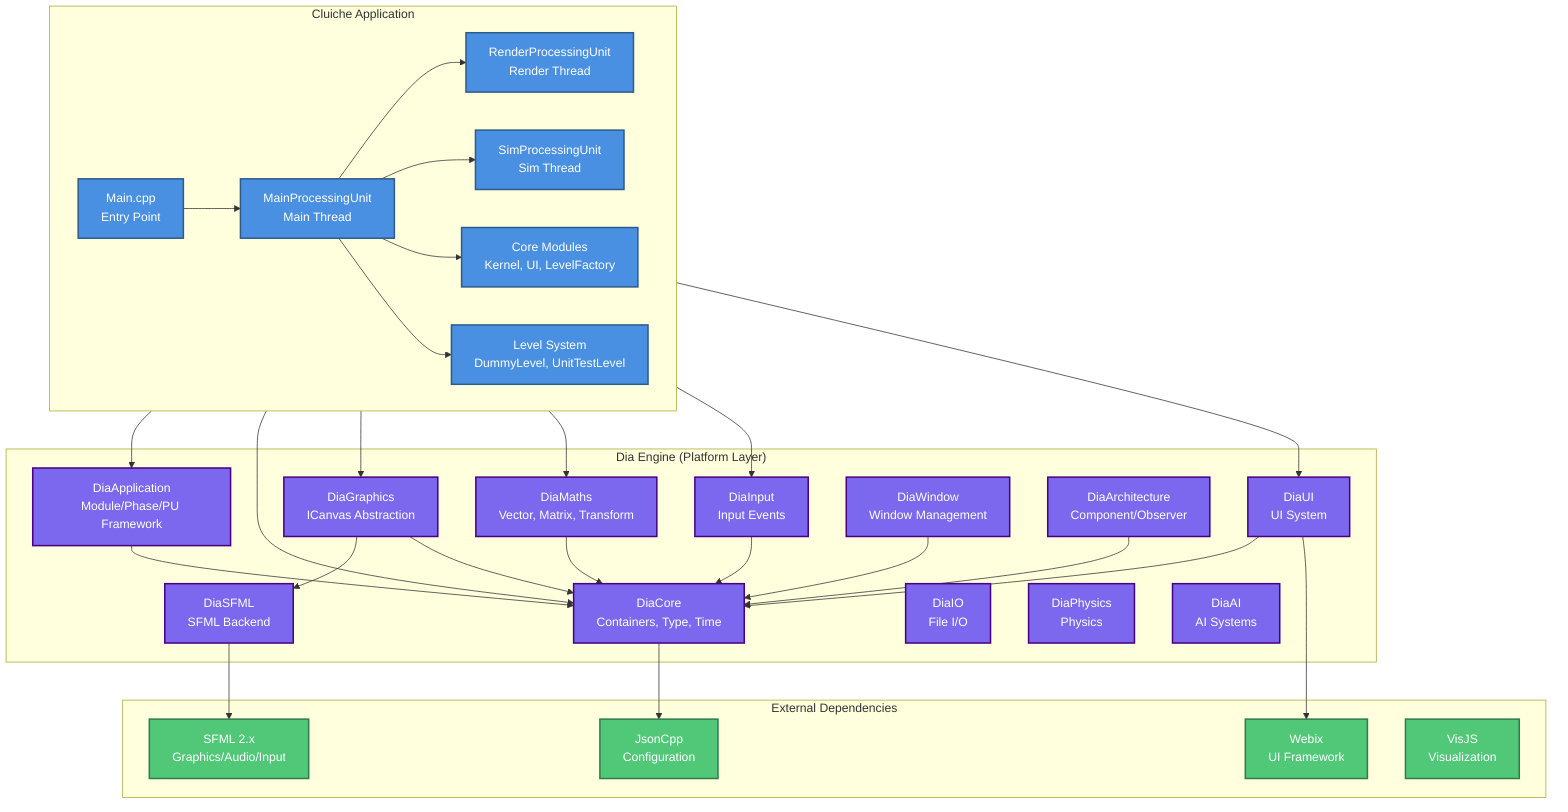
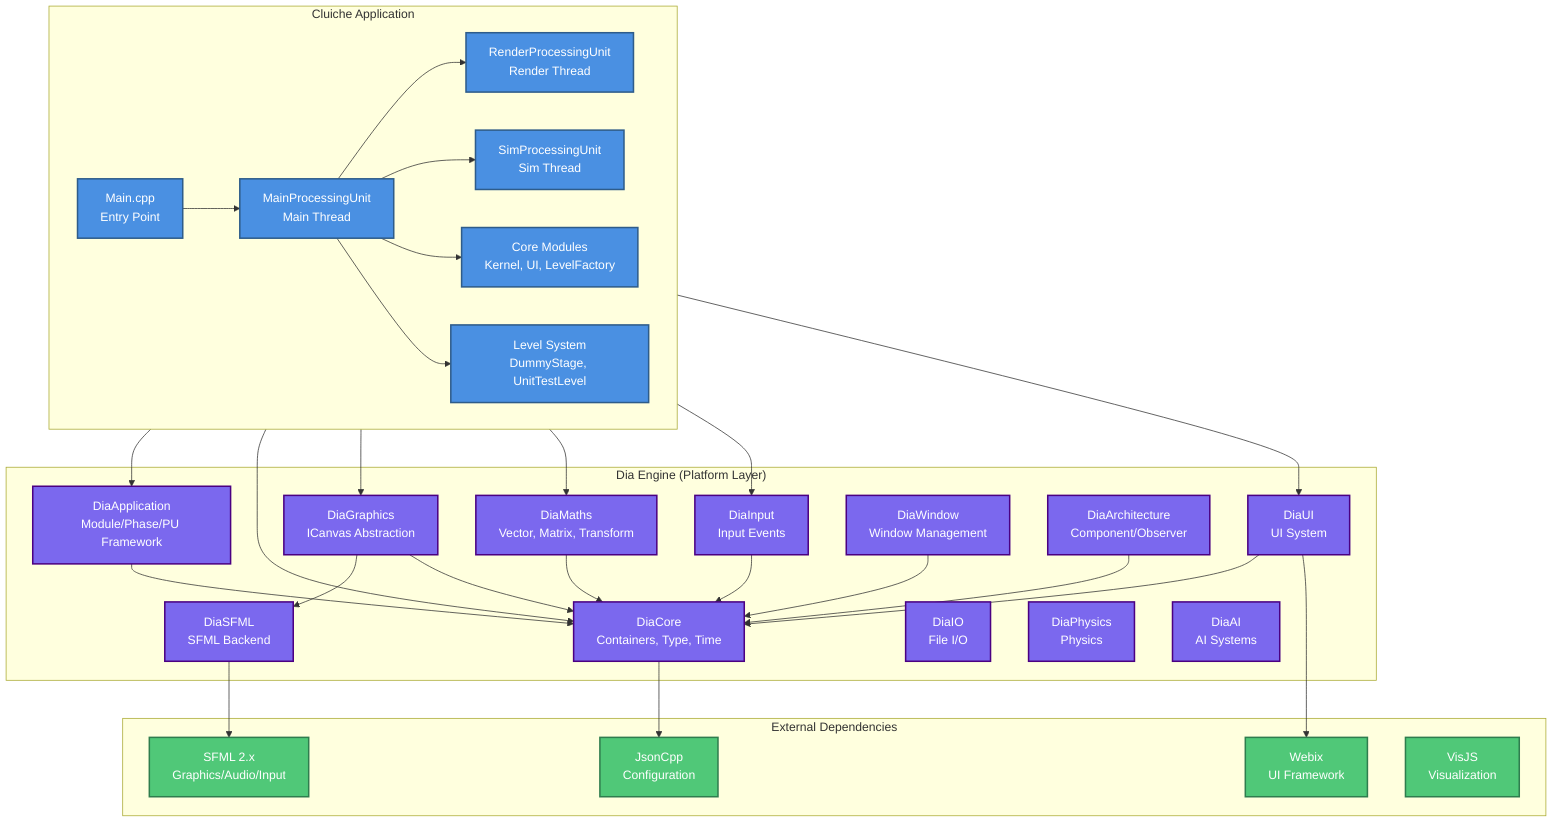
graph TB
    subgraph External["External Dependencies"]
        SFML["SFML 2.x<br/>Graphics/Audio/Input"]
        JsonCpp["JsonCpp<br/>Configuration"]
        Webix["Webix<br/>UI Framework"]
        VisJS["VisJS<br/>Visualization"]
    end

    subgraph Dia["Dia Engine (Platform Layer)"]
        DiaApp["DiaApplication<br/>Module/Phase/PU Framework"]
        DiaCore["DiaCore<br/>Containers, Type, Time"]
        DiaGraphics["DiaGraphics<br/>ICanvas Abstraction"]
        DiaMaths["DiaMaths<br/>Vector, Matrix, Transform"]
        DiaInput["DiaInput<br/>Input Events"]
        DiaUI["DiaUI<br/>UI System"]
        DiaWindow["DiaWindow<br/>Window Management"]
        DiaSFML["DiaSFML<br/>SFML Backend"]
        DiaIO["DiaIO<br/>File I/O"]
        DiaPhysics["DiaPhysics<br/>Physics"]
        DiaAI["DiaAI<br/>AI Systems"]
        DiaArch["DiaArchitecture<br/>Component/Observer"]
    end

    subgraph Cluiche["Cluiche Application"]
        Main["Main.cpp<br/>Entry Point"]
        MainPU["MainProcessingUnit<br/>Main Thread"]
        RenderPU["RenderProcessingUnit<br/>Render Thread"]
        SimPU["SimProcessingUnit<br/>Sim Thread"]
-         Levels["Level System<br/>DummyLevel, UnitTestLevel"]
+         Levels["Level System<br/>DummyStage, UnitTestLevel"]
        Modules["Core Modules<br/>Kernel, UI, LevelFactory"]
    end

    %% Application layer connections
    Main --> MainPU
    MainPU --> RenderPU
    MainPU --> SimPU
    MainPU --> Modules
    MainPU --> Levels

    %% Cluiche depends on Dia
    Cluiche --> DiaApp
    Cluiche --> DiaCore
    Cluiche --> DiaGraphics
    Cluiche --> DiaMaths
    Cluiche --> DiaInput
    Cluiche --> DiaUI

    %% Dia internal dependencies
    DiaApp --> DiaCore
    DiaGraphics --> DiaSFML
    DiaGraphics --> DiaCore
    DiaMaths --> DiaCore
    DiaInput --> DiaCore
    DiaUI --> DiaCore
    DiaWindow --> DiaCore
    DiaArch --> DiaCore
    %% Dia depends on External
    DiaSFML --> SFML
    DiaCore --> JsonCpp
    DiaUI --> Webix

    %% Styling
    classDef appLayer fill:#4A90E2,stroke:#2E5C8A,stroke-width:2px,color:#fff
    classDef engineLayer fill:#7B68EE,stroke:#4B0082,stroke-width:2px,color:#fff
    classDef externalLayer fill:#50C878,stroke:#2F7D4E,stroke-width:2px,color:#fff

    class Main,MainPU,RenderPU,SimPU,Levels,Modules appLayer
    class DiaApp,DiaCore,DiaGraphics,DiaMaths,DiaInput,DiaUI,DiaWindow,DiaSFML,DiaIO,DiaPhysics,DiaAI,DiaArch engineLayer
    class SFML,JsonCpp,Webix,VisJS externalLayer